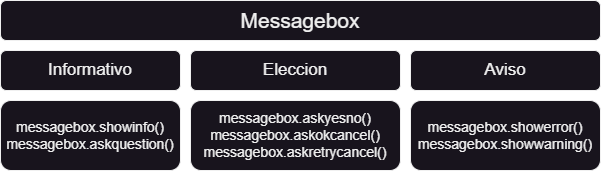
This is SEPE_Python_Avanzado_PUE/Tema 3 - PCPP1/Apuntes_diagramas/diagramas/tkinter/Messagebox.png from NaveganteGithub/EstudiosPython, a draw.io export, as it was before one commit. Source tidied: cells renumbered, new cells last; positions are measured from the earlier drawing's top-left corner, leaving out a move shared by most shapes. Its diagram source:
```xml
<mxGraphModel>
  <root>
    <mxCell id="0" />
    <mxCell id="1" parent="0" />
    <mxCell id="2" value="Messagebox" style="rounded=1;whiteSpace=wrap;html=1;fontSize=21;" parent="1" vertex="1">
      <mxGeometry width="600" height="40" as="geometry" />
    </mxCell>
    <mxCell id="3" value="messagebox.showinfo()&lt;br style=&quot;font-size: 14px;&quot;&gt;messagebox.askquestion()" style="rounded=1;whiteSpace=wrap;html=1;fontSize=14;" parent="1" vertex="1">
      <mxGeometry y="100" width="180" height="70" as="geometry" />
    </mxCell>
    <mxCell id="4" value="messagebox.askyesno()&lt;br style=&quot;font-size: 14px;&quot;&gt;messagebox.askokcancel()&lt;br style=&quot;font-size: 14px;&quot;&gt;messagebox.askretrycancel()" style="rounded=1;whiteSpace=wrap;html=1;fontSize=14;" parent="1" vertex="1">
      <mxGeometry x="190" y="100" width="210" height="70" as="geometry" />
    </mxCell>
    <mxCell id="5" value="messagebox.showerror()&lt;br style=&quot;font-size: 14px;&quot;&gt;messagebox.showwarning()" style="rounded=1;whiteSpace=wrap;html=1;fontSize=14;" parent="1" vertex="1">
      <mxGeometry x="410" y="100" width="190" height="70" as="geometry" />
    </mxCell>
    <mxCell id="6" value="Informativo" style="rounded=1;whiteSpace=wrap;html=1;fontSize=17;" parent="1" vertex="1">
      <mxGeometry y="50" width="180" height="40" as="geometry" />
    </mxCell>
    <mxCell id="7" value="Eleccion" style="rounded=1;whiteSpace=wrap;html=1;fontSize=17;" parent="1" vertex="1">
      <mxGeometry x="190" y="50" width="210" height="40" as="geometry" />
    </mxCell>
    <mxCell id="8" value="Aviso" style="rounded=1;whiteSpace=wrap;html=1;fontSize=17;" parent="1" vertex="1">
      <mxGeometry x="410" y="50" width="190" height="40" as="geometry" />
    </mxCell>
  </root>
</mxGraphModel>
```
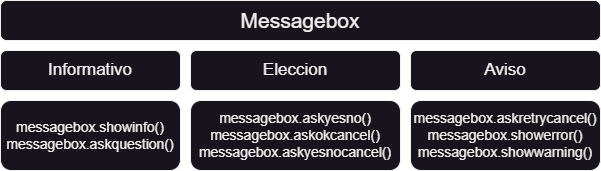
After the change.

Diff of the diagram source:
```diff
@@ -8,10 +8,10 @@
     <mxCell id="3" value="messagebox.showinfo()&lt;br style=&quot;font-size: 14px;&quot;&gt;messagebox.askquestion()" style="rounded=1;whiteSpace=wrap;html=1;fontSize=14;" parent="1" vertex="1">
       <mxGeometry y="100" width="180" height="70" as="geometry" />
     </mxCell>
-    <mxCell id="4" value="messagebox.askyesno()&lt;br style=&quot;font-size: 14px;&quot;&gt;messagebox.askokcancel()&lt;br style=&quot;font-size: 14px;&quot;&gt;messagebox.askretrycancel()" style="rounded=1;whiteSpace=wrap;html=1;fontSize=14;" parent="1" vertex="1">
+    <mxCell id="4" value="messagebox.askyesno()&lt;br style=&quot;font-size: 14px;&quot;&gt;messagebox.askokcancel()&lt;br&gt;messagebox.askyesnocancel()" style="rounded=1;whiteSpace=wrap;html=1;fontSize=14;" parent="1" vertex="1">
       <mxGeometry x="190" y="100" width="210" height="70" as="geometry" />
     </mxCell>
-    <mxCell id="5" value="messagebox.showerror()&lt;br style=&quot;font-size: 14px;&quot;&gt;messagebox.showwarning()" style="rounded=1;whiteSpace=wrap;html=1;fontSize=14;" parent="1" vertex="1">
+    <mxCell id="5" value="messagebox.askretrycancel()&lt;br&gt;messagebox.showerror()&lt;br style=&quot;font-size: 14px;&quot;&gt;messagebox.showwarning()" style="rounded=1;whiteSpace=wrap;html=1;fontSize=14;" parent="1" vertex="1">
       <mxGeometry x="410" y="100" width="190" height="70" as="geometry" />
     </mxCell>
     <mxCell id="6" value="Informativo" style="rounded=1;whiteSpace=wrap;html=1;fontSize=17;" parent="1" vertex="1">
```
